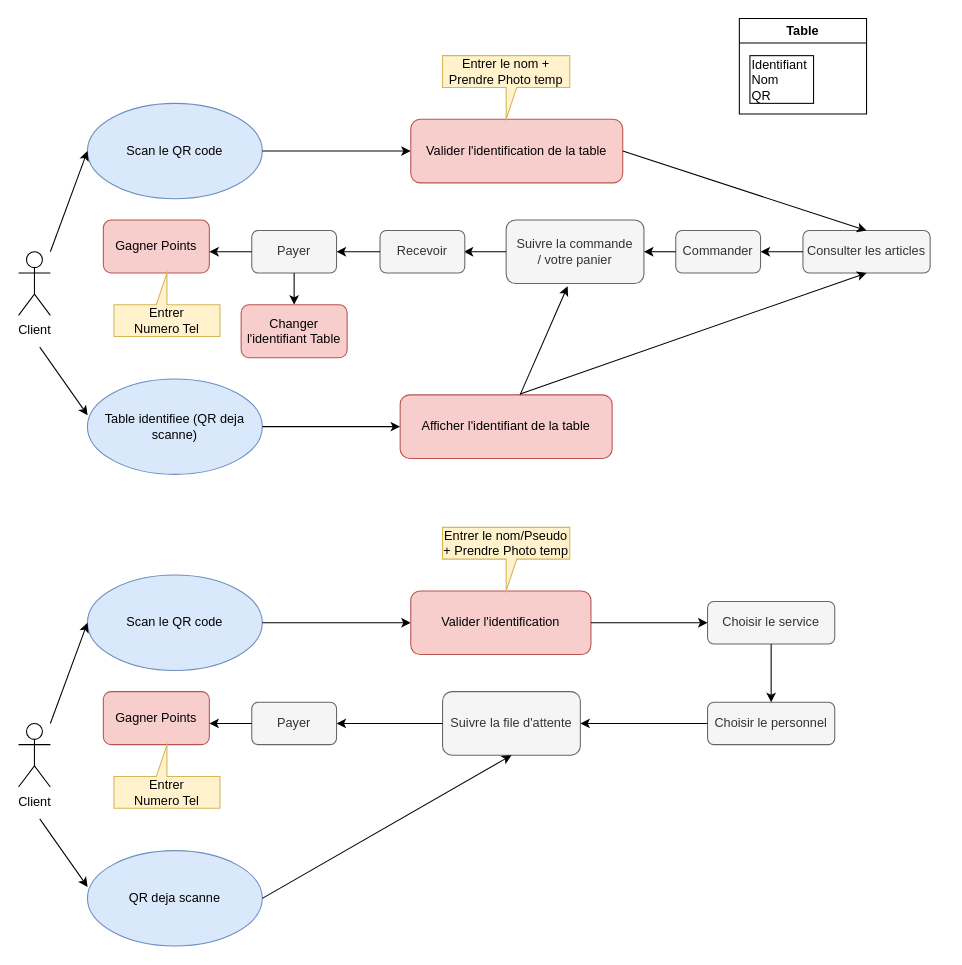
The draw.io diagram Diagramme sans nom.drawio in IsmailZi/restoAppPublic, before the edit. Source tidied: cells renumbered, new cells numbered last; positions are measured from the earlier drawing's top-left corner, leaving out a move shared by most shapes. Both pictures are drawn from the tidied source at 106%, with x=0, y=0 at pixel (18, 18).
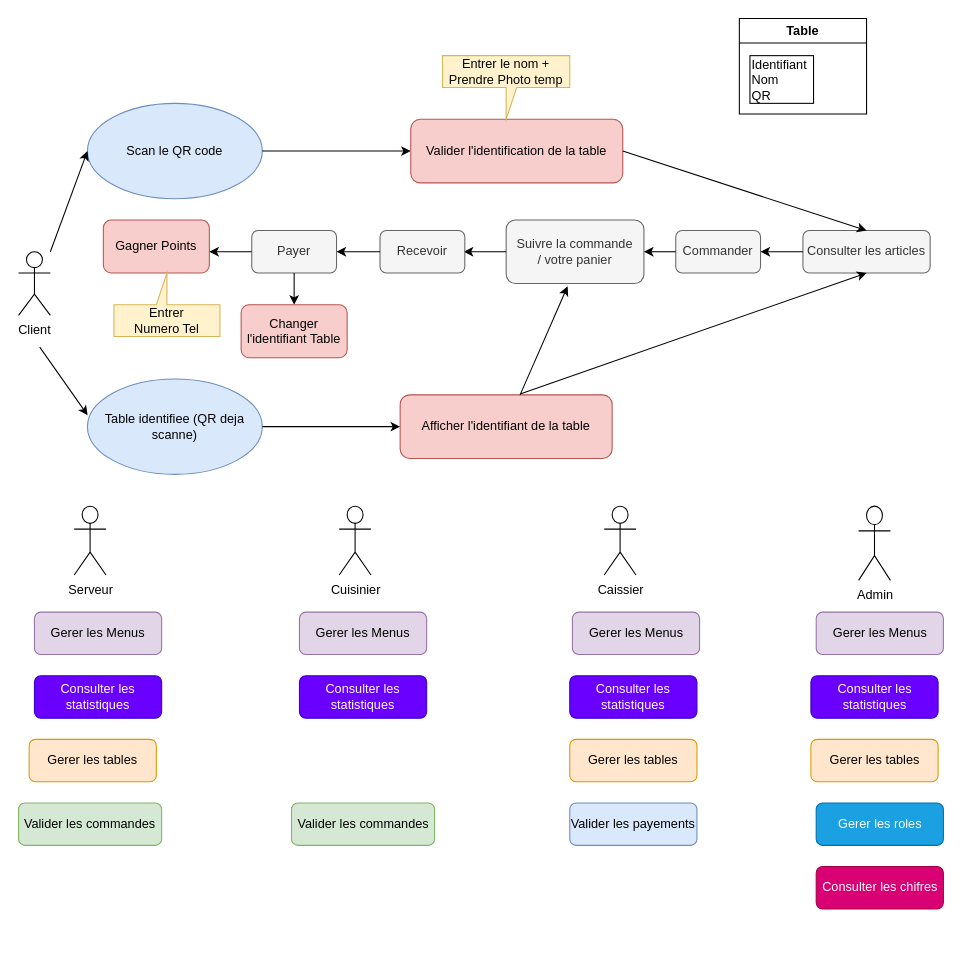
Above is the later version.

Change to the diagram source:
```diff
@@
-    <mxCell id="31" value="Scan le QR code" style="ellipse;whiteSpace=wrap;html=1;fillColor=#dae8fc;strokeColor=#6c8ebf;" parent="1" vertex="1">
-      <mxGeometry x="65" y="525" width="165" height="90" as="geometry" />
-    </mxCell>
-    <mxCell id="32" value="Client" style="shape=umlActor;verticalLabelPosition=bottom;verticalAlign=top;html=1;" parent="1" vertex="1">
-      <mxGeometry y="665" width="30" height="60" as="geometry" />
-    </mxCell>
-    <mxCell id="33" style="endArrow=classic;html=1;rounded=0;entryX=0;entryY=0.5;entryDx=0;entryDy=0;" parent="1" edge="1" target="35">
-      <mxGeometry relative="1" as="geometry">
-        <mxPoint x="230" y="570" as="sourcePoint" />
-      </mxGeometry>
-    </mxCell>
-    <mxCell id="34" style="endArrow=classic;html=1;rounded=0;entryX=0;entryY=0.5;entryDx=0;entryDy=0;" parent="1" edge="1" target="31">
-      <mxGeometry relative="1" as="geometry">
-        <mxPoint x="30" y="665" as="sourcePoint" />
-      </mxGeometry>
-    </mxCell>
-    <mxCell id="35" value="Valider l'identification" style="rounded=1;whiteSpace=wrap;html=1;fillColor=#f8cecc;strokeColor=#b85450;" parent="1" vertex="1">
-      <mxGeometry x="370" y="540" width="170" height="60" as="geometry" />
-    </mxCell>
-    <mxCell id="36" value="Choisir le service" style="rounded=1;whiteSpace=wrap;html=1;fillColor=#f5f5f5;fontColor=#333333;strokeColor=#666666;" parent="1" vertex="1">
-      <mxGeometry x="650" y="550" width="120" height="40" as="geometry" />
-    </mxCell>
-    <mxCell id="37" value="Choisir le personnel" style="rounded=1;whiteSpace=wrap;html=1;fillColor=#f5f5f5;fontColor=#333333;strokeColor=#666666;" parent="1" vertex="1">
-      <mxGeometry x="650" y="645" width="120" height="40" as="geometry" />
-    </mxCell>
-    <mxCell id="38" value="Suivre la file d'attente" style="rounded=1;whiteSpace=wrap;html=1;fillColor=#f5f5f5;fontColor=#333333;strokeColor=#666666;" parent="1" vertex="1">
-      <mxGeometry x="400" y="635" width="130" height="60" as="geometry" />
-    </mxCell>
-    <mxCell id="39" style="endArrow=classic;html=1;rounded=0;exitX=1;exitY=0.5;exitDx=0;exitDy=0;" parent="1" edge="1" source="35" target="36">
-      <mxGeometry relative="1" as="geometry" />
-    </mxCell>
-    <mxCell id="40" style="endArrow=classic;html=1;rounded=0;entryX=1;entryY=0.5;entryDx=0;entryDy=0;exitX=0;exitY=0.5;exitDx=0;exitDy=0;" parent="1" edge="1" source="37" target="38">
-      <mxGeometry relative="1" as="geometry" />
-    </mxCell>
-    <mxCell id="41" value="Entrer le nom/Pseudo + Prendre Photo temp" style="shape=callout;whiteSpace=wrap;html=1;perimeter=calloutPerimeter;position2=0.5;base=10;fillColor=#fff2cc;strokeColor=#d6b656;" parent="1" vertex="1">
-      <mxGeometry x="400" y="480" width="120" height="60" as="geometry" />
-    </mxCell>
-    <mxCell id="42" style="endArrow=classic;html=1;rounded=0;exitX=0;exitY=0.5;exitDx=0;exitDy=0;entryX=1;entryY=0.5;entryDx=0;entryDy=0;" parent="1" edge="1" source="38" target="43">
-      <mxGeometry relative="1" as="geometry" />
-    </mxCell>
-    <mxCell id="43" value="Payer" style="rounded=1;whiteSpace=wrap;html=1;fillColor=#f5f5f5;fontColor=#333333;strokeColor=#666666;" parent="1" vertex="1">
-      <mxGeometry x="220" y="645" width="80" height="40" as="geometry" />
-    </mxCell>
-    <mxCell id="44" value="Gagner Points" style="rounded=1;whiteSpace=wrap;html=1;fillColor=#f8cecc;strokeColor=#b85450;" parent="1" vertex="1">
-      <mxGeometry x="80" y="635" width="100" height="50" as="geometry" />
-    </mxCell>
-    <mxCell id="45" style="endArrow=classic;html=1;rounded=0;exitX=0;exitY=0.5;exitDx=0;exitDy=0;" parent="1" edge="1" source="43">
-      <mxGeometry relative="1" as="geometry">
-        <mxPoint x="180" y="665" as="targetPoint" />
-      </mxGeometry>
-    </mxCell>
-    <mxCell id="46" value="Entrer &lt;br&gt;Numero Tel" style="shape=callout;whiteSpace=wrap;html=1;perimeter=calloutPerimeter;position2=0.5;base=10;fillColor=#fff2cc;strokeColor=#d6b656;direction=west;" parent="1" vertex="1">
-      <mxGeometry x="90" y="685" width="100" height="60" as="geometry" />
-    </mxCell>
-    <mxCell id="47" style="endArrow=classic;html=1;rounded=0;entryX=0.001;entryY=0.38;entryDx=0;entryDy=0;entryPerimeter=0;" parent="1" edge="1" target="48">
-      <mxGeometry relative="1" as="geometry">
-        <mxPoint x="20" y="755" as="sourcePoint" />
-      </mxGeometry>
-    </mxCell>
-    <mxCell id="48" value="QR deja scanne" style="ellipse;whiteSpace=wrap;html=1;fillColor=#dae8fc;strokeColor=#6c8ebf;" parent="1" vertex="1">
-      <mxGeometry x="65" y="785" width="165" height="90" as="geometry" />
-    </mxCell>
-    <mxCell id="49" style="endArrow=classic;html=1;rounded=0;exitX=0.5;exitY=1;exitDx=0;exitDy=0;entryX=0.5;entryY=0;entryDx=0;entryDy=0;" parent="1" edge="1" source="36" target="37">
-      <mxGeometry relative="1" as="geometry" />
-    </mxCell>
-    <mxCell id="50" style="endArrow=classic;html=1;rounded=0;exitX=1;exitY=0.5;exitDx=0;exitDy=0;entryX=0.5;entryY=1;entryDx=0;entryDy=0;" parent="1" edge="1" source="48" target="38">
-      <mxGeometry relative="1" as="geometry" />
-    </mxCell>
+    <mxCell id="51" value="Serveur" style="shape=umlActor;verticalLabelPosition=bottom;verticalAlign=top;html=1;" parent="1" vertex="1">
+      <mxGeometry x="52.5" y="460" width="30" height="65" as="geometry" />
+    </mxCell>
+    <mxCell id="52" value="Cuisinier" style="shape=umlActor;verticalLabelPosition=bottom;verticalAlign=top;html=1;" parent="1" vertex="1">
+      <mxGeometry x="302.5" y="460" width="30" height="65" as="geometry" />
+    </mxCell>
+    <mxCell id="53" value="Admin" style="shape=umlActor;verticalLabelPosition=bottom;verticalAlign=top;html=1;" parent="1" vertex="1">
+      <mxGeometry x="792.5" y="460" width="30" height="70" as="geometry" />
+    </mxCell>
+    <mxCell id="54" value="Caissier" style="shape=umlActor;verticalLabelPosition=bottom;verticalAlign=top;html=1;" parent="1" vertex="1">
+      <mxGeometry x="552.5" y="460" width="30" height="65" as="geometry" />
+    </mxCell>
+    <mxCell id="55" value="Valider les commandes" style="rounded=1;whiteSpace=wrap;html=1;fillColor=#d5e8d4;strokeColor=#82b366;" parent="1" vertex="1">
+      <mxGeometry y="740" width="135" height="40" as="geometry" />
+    </mxCell>
+    <mxCell id="56" value="Valider les commandes" style="rounded=1;whiteSpace=wrap;html=1;fillColor=#d5e8d4;strokeColor=#82b366;" parent="1" vertex="1">
+      <mxGeometry x="257.5" y="740" width="135" height="40" as="geometry" />
+    </mxCell>
+    <mxCell id="57" value="Valider les payements" style="rounded=1;whiteSpace=wrap;html=1;fillColor=#dae8fc;strokeColor=#6c8ebf;" parent="1" vertex="1">
+      <mxGeometry x="520" y="740" width="120" height="40" as="geometry" />
+    </mxCell>
+    <mxCell id="58" value="Gerer les tables" style="rounded=1;whiteSpace=wrap;html=1;fillColor=#ffe6cc;strokeColor=#d79b00;" parent="1" vertex="1">
+      <mxGeometry x="10" y="680" width="120" height="40" as="geometry" />
+    </mxCell>
+    <mxCell id="59" value="Gerer les Menus" style="rounded=1;whiteSpace=wrap;html=1;fillColor=#e1d5e7;strokeColor=#9673a6;" parent="1" vertex="1">
+      <mxGeometry x="15" y="560" width="120" height="40" as="geometry" />
+    </mxCell>
+    <mxCell id="60" value="Gerer les tables" style="rounded=1;whiteSpace=wrap;html=1;fillColor=#ffe6cc;strokeColor=#d79b00;" parent="1" vertex="1">
+      <mxGeometry x="520" y="680" width="120" height="40" as="geometry" />
+    </mxCell>
+    <mxCell id="61" value="Gerer les tables" style="rounded=1;whiteSpace=wrap;html=1;fillColor=#ffe6cc;strokeColor=#d79b00;" parent="1" vertex="1">
+      <mxGeometry x="747.5" y="680" width="120" height="40" as="geometry" />
+    </mxCell>
+    <mxCell id="62" value="Gerer les Menus" style="rounded=1;whiteSpace=wrap;html=1;fillColor=#e1d5e7;strokeColor=#9673a6;" parent="1" vertex="1">
+      <mxGeometry x="265" y="560" width="120" height="40" as="geometry" />
+    </mxCell>
+    <mxCell id="63" value="Gerer les Menus" style="rounded=1;whiteSpace=wrap;html=1;fillColor=#e1d5e7;strokeColor=#9673a6;" parent="1" vertex="1">
+      <mxGeometry x="752.5" y="560" width="120" height="40" as="geometry" />
+    </mxCell>
+    <mxCell id="64" value="Gerer les Menus" style="rounded=1;whiteSpace=wrap;html=1;fillColor=#e1d5e7;strokeColor=#9673a6;" parent="1" vertex="1">
+      <mxGeometry x="522.5" y="560" width="120" height="40" as="geometry" />
+    </mxCell>
+    <mxCell id="65" value="Gerer les roles" style="rounded=1;whiteSpace=wrap;html=1;fillColor=#1ba1e2;strokeColor=#006EAF;fontColor=#ffffff;" parent="1" vertex="1">
+      <mxGeometry x="752.5" y="740" width="120" height="40" as="geometry" />
+    </mxCell>
+    <mxCell id="66" value="Consulter les chifres" style="rounded=1;whiteSpace=wrap;html=1;fillColor=#d80073;strokeColor=#A50040;fontColor=#ffffff;" parent="1" vertex="1">
+      <mxGeometry x="752.5" y="800" width="120" height="40" as="geometry" />
+    </mxCell>
+    <mxCell id="67" value="Consulter les statistiques" style="rounded=1;whiteSpace=wrap;html=1;fillColor=#6a00ff;strokeColor=#3700CC;fontColor=#ffffff;" parent="1" vertex="1">
+      <mxGeometry x="747.5" y="620" width="120" height="40" as="geometry" />
+    </mxCell>
+    <mxCell id="68" value="Consulter les statistiques" style="rounded=1;whiteSpace=wrap;html=1;fillColor=#6a00ff;strokeColor=#3700CC;fontColor=#ffffff;" parent="1" vertex="1">
+      <mxGeometry x="520" y="620" width="120" height="40" as="geometry" />
+    </mxCell>
+    <mxCell id="69" value="Consulter les statistiques" style="rounded=1;whiteSpace=wrap;html=1;fillColor=#6a00ff;strokeColor=#3700CC;fontColor=#ffffff;" parent="1" vertex="1">
+      <mxGeometry x="15" y="620" width="120" height="40" as="geometry" />
+    </mxCell>
+    <mxCell id="70" value="Consulter les statistiques" style="rounded=1;whiteSpace=wrap;html=1;fillColor=#6a00ff;strokeColor=#3700CC;fontColor=#ffffff;" parent="1" vertex="1">
+      <mxGeometry x="265" y="620" width="120" height="40" as="geometry" />
+    </mxCell>
```
